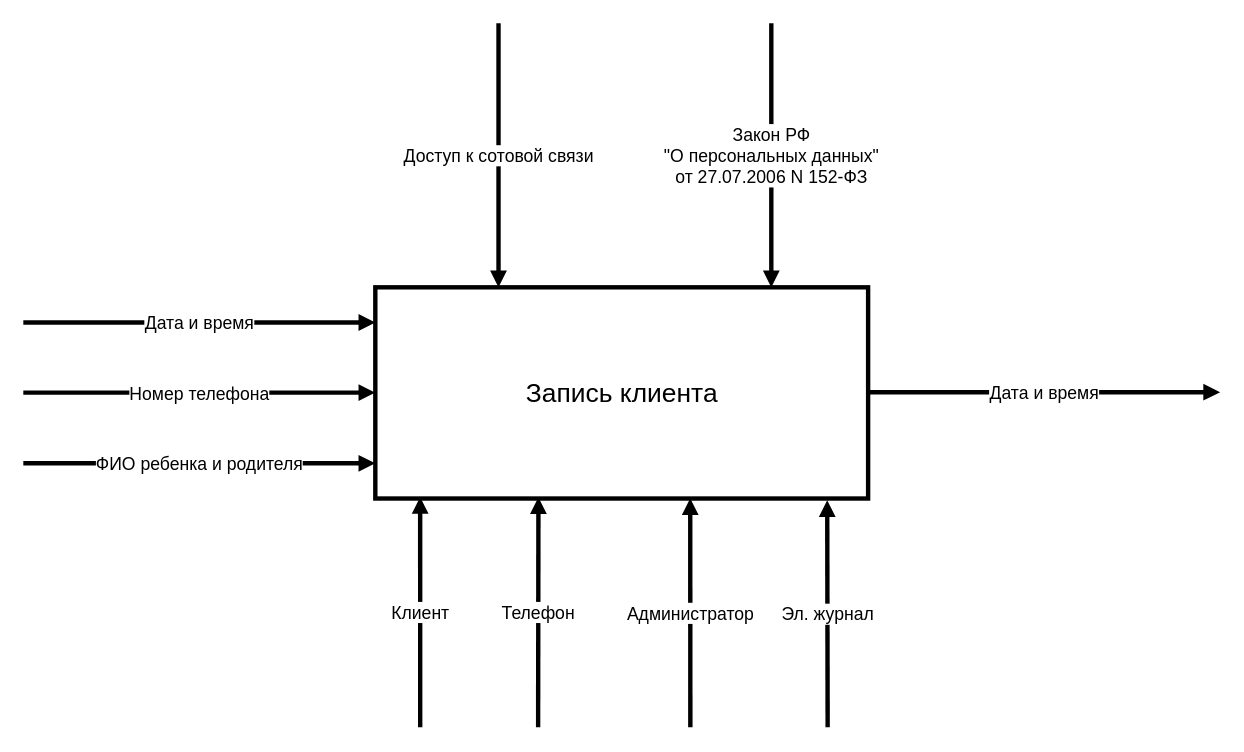
Above: Untitled Diagram.drawio in kirillgladkih/diplom (draw.io), before the change. Source tidied: cells renumbered, new cells numbered last; positions are measured from the earlier drawing's top-left corner, leaving out a move shared by most shapes. Both pictures are drawn from the tidied source at 88%, with x=0, y=0 at pixel (23, 23).
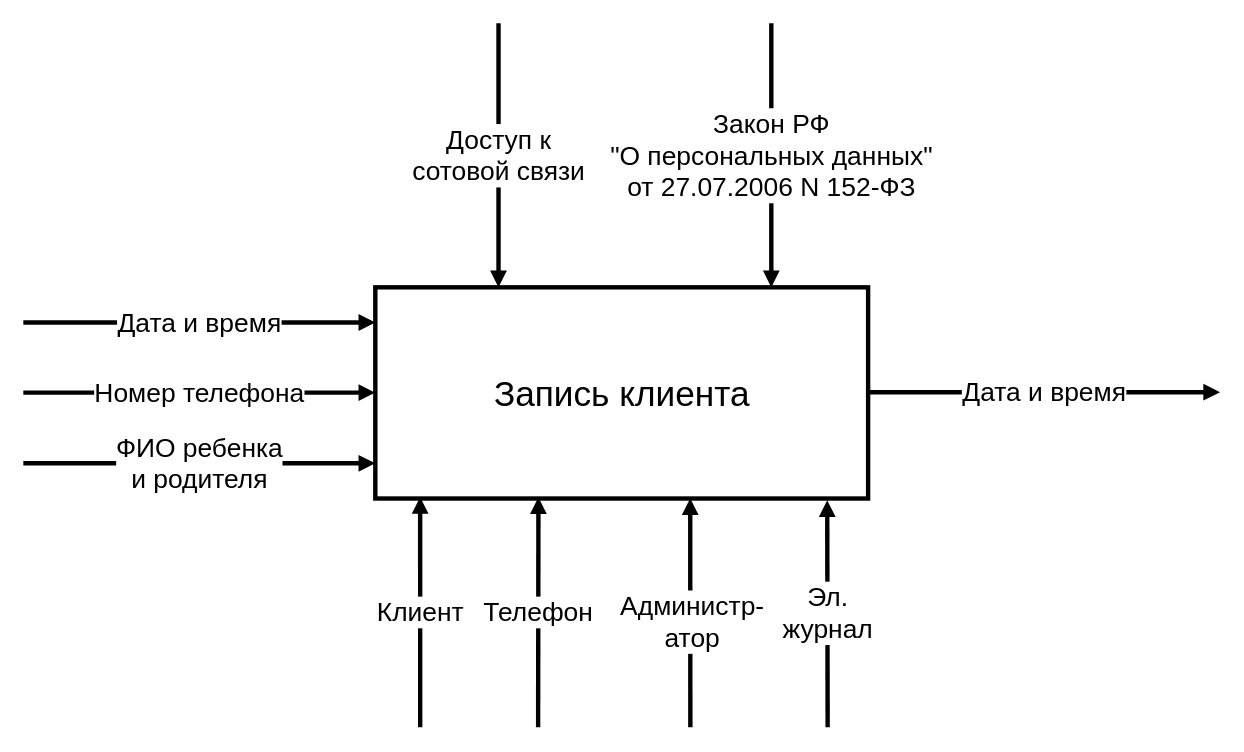
The same page after the edit.

The edit, as a diff of the source:
```diff
@@
-    <mxCell id="2" value="&lt;font style=&quot;font-size: 20px&quot;&gt;&lt;font style=&quot;font-size: 20px&quot;&gt;Доступ к сотовой связи&lt;/font&gt;&lt;br&gt;&lt;/font&gt;" style="endArrow=block;endFill=1;endSize=6;html=1;strokeWidth=5;entryX=0.25;entryY=0;entryDx=0;entryDy=0;" parent="1" edge="1" target="8">
+    <mxCell id="2" value="&lt;div&gt;&lt;font style=&quot;font-size: 30px&quot;&gt;&lt;font style=&quot;font-size: 30px&quot;&gt;Доступ к &lt;br&gt;&lt;/font&gt;&lt;/font&gt;&lt;/div&gt;&lt;div&gt;&lt;font style=&quot;font-size: 30px&quot;&gt;&lt;font style=&quot;font-size: 30px&quot;&gt;сотовой связи&lt;/font&gt;&lt;/font&gt;&lt;/div&gt;" style="endArrow=block;endFill=1;endSize=6;html=1;strokeWidth=5;entryX=0.25;entryY=0;entryDx=0;entryDy=0;fontSize=30;" parent="1" edge="1" target="8">
       <mxGeometry relative="1" as="geometry">
         <mxPoint x="540" as="sourcePoint" />
       </mxGeometry>
     </mxCell>
-    <mxCell id="3" value="&lt;div style=&quot;font-size: 20px&quot;&gt;&lt;font style=&quot;font-size: 20px&quot;&gt;&lt;span&gt;Закон РФ&lt;/span&gt;&lt;/font&gt;&lt;/div&gt;&lt;div style=&quot;font-size: 20px&quot;&gt;&lt;font style=&quot;font-size: 20px&quot;&gt;&lt;span&gt; &quot;О персональных данных&quot;&lt;/span&gt;&lt;/font&gt;&lt;/div&gt;&lt;div style=&quot;font-size: 20px&quot;&gt;&lt;font style=&quot;font-size: 20px&quot;&gt;&lt;span&gt; от 27.07.2006 N 152-ФЗ&lt;/span&gt;&lt;/font&gt;&lt;/div&gt;" style="endArrow=block;endFill=1;endSize=6;html=1;strokeWidth=5;" parent="1" edge="1">
+    <mxCell id="3" value="&lt;div style=&quot;font-size: 30px;&quot;&gt;&lt;font style=&quot;font-size: 30px;&quot;&gt;&lt;span style=&quot;font-size: 30px;&quot;&gt;Закон РФ&lt;/span&gt;&lt;/font&gt;&lt;/div&gt;&lt;div style=&quot;font-size: 30px;&quot;&gt;&lt;font style=&quot;font-size: 30px;&quot;&gt;&lt;span style=&quot;font-size: 30px;&quot;&gt; &quot;О персональных данных&quot;&lt;/span&gt;&lt;/font&gt;&lt;/div&gt;&lt;div style=&quot;font-size: 30px;&quot;&gt;&lt;font style=&quot;font-size: 30px;&quot;&gt;&lt;span style=&quot;font-size: 30px;&quot;&gt; от 27.07.2006 N 152-ФЗ&lt;/span&gt;&lt;/font&gt;&lt;/div&gt;" style="endArrow=block;endFill=1;endSize=6;html=1;strokeWidth=5;fontSize=30;" parent="1" edge="1">
       <mxGeometry relative="1" as="geometry">
         <mxPoint x="850" as="sourcePoint" />
         <mxPoint x="850" y="300" as="targetPoint" />
       </mxGeometry>
     </mxCell>
-    <mxCell id="4" value="&lt;font style=&quot;font-size: 20px&quot;&gt;Клиент&lt;/font&gt;" style="endArrow=block;endFill=1;endSize=6;html=1;strokeWidth=5;entryX=0.091;entryY=0.993;entryDx=0;entryDy=0;entryPerimeter=0;" parent="1" edge="1" target="8">
+    <mxCell id="4" value="&lt;font style=&quot;font-size: 30px;&quot;&gt;Клиент&lt;/font&gt;" style="endArrow=block;endFill=1;endSize=6;html=1;strokeWidth=5;entryX=0.091;entryY=0.993;entryDx=0;entryDy=0;entryPerimeter=0;fontSize=30;" parent="1" edge="1" target="8">
       <mxGeometry relative="1" as="geometry">
         <mxPoint x="451" y="800" as="sourcePoint" />
       </mxGeometry>
     </mxCell>
-    <mxCell id="5" value="&lt;font style=&quot;font-size: 20px&quot;&gt;Администратор&lt;br&gt;&lt;/font&gt;" style="endArrow=block;endFill=1;endSize=6;html=1;strokeWidth=5;entryX=0.639;entryY=0.999;entryDx=0;entryDy=0;entryPerimeter=0;" parent="1" edge="1" target="8">
-      <mxGeometry relative="1" as="geometry">
+    <mxCell id="5" value="&lt;div&gt;&lt;font style=&quot;font-size: 30px&quot;&gt;Администр-&lt;/font&gt;&lt;/div&gt;&lt;div&gt;&lt;font style=&quot;font-size: 30px&quot;&gt;атор&lt;/font&gt;&lt;/div&gt;" style="endArrow=block;endFill=1;endSize=6;html=1;strokeWidth=5;entryX=0.639;entryY=0.999;entryDx=0;entryDy=0;entryPerimeter=0;fontSize=30;" parent="1" edge="1" target="8">
+      <mxGeometry x="-0.08" y="-2" relative="1" as="geometry">
         <mxPoint x="758" y="800" as="sourcePoint" />
       </mxGeometry>
     </mxCell>
-    <mxCell id="6" style="edgeStyle=orthogonalEdgeStyle;rounded=0;orthogonalLoop=1;jettySize=auto;html=1;exitX=0.5;exitY=1;exitDx=0;exitDy=0;targetPerimeterSpacing=0;strokeWidth=5;" parent="1" edge="1">
+    <mxCell id="6" style="edgeStyle=orthogonalEdgeStyle;rounded=0;orthogonalLoop=1;jettySize=auto;html=1;exitX=0.5;exitY=1;exitDx=0;exitDy=0;targetPerimeterSpacing=0;strokeWidth=5;fontSize=30;" parent="1" edge="1">
       <mxGeometry relative="1" as="geometry">
         <mxPoint x="615" y="640" as="sourcePoint" />
         <mxPoint x="615" y="640" as="targetPoint" />
       </mxGeometry>
     </mxCell>
-    <mxCell id="7" value="&lt;font style=&quot;font-size: 20px&quot;&gt;Телефон&lt;/font&gt;" style="endArrow=block;endFill=1;endSize=6;html=1;strokeWidth=5;entryX=0.331;entryY=0.994;entryDx=0;entryDy=0;entryPerimeter=0;" parent="1" edge="1" target="8">
+    <mxCell id="7" value="&lt;font style=&quot;font-size: 30px;&quot;&gt;Телефон&lt;/font&gt;" style="endArrow=block;endFill=1;endSize=6;html=1;strokeWidth=5;entryX=0.331;entryY=0.994;entryDx=0;entryDy=0;entryPerimeter=0;fontSize=30;" parent="1" edge="1" target="8">
       <mxGeometry relative="1" as="geometry">
         <mxPoint x="585" y="800" as="sourcePoint" />
       </mxGeometry>
     </mxCell>
-    <mxCell id="8" value="&lt;font style=&quot;font-size: 30px&quot;&gt;Запись клиента&lt;br&gt;&lt;/font&gt;" style="html=1;strokeWidth=5;" parent="1" vertex="1">
+    <mxCell id="8" value="&lt;font style=&quot;font-size: 40px&quot;&gt;Запись клиента&lt;br&gt;&lt;/font&gt;" style="html=1;strokeWidth=5;fontSize=30;" parent="1" vertex="1">
       <mxGeometry x="400" y="300" width="560" height="240" as="geometry" />
     </mxCell>
-    <mxCell id="9" value="&lt;font style=&quot;font-size: 20px&quot;&gt;Эл. журнал&lt;br&gt;&lt;/font&gt;" style="endArrow=block;endFill=1;endSize=6;html=1;strokeWidth=5;entryX=0.917;entryY=1.008;entryDx=0;entryDy=0;entryPerimeter=0;" parent="1" edge="1" target="8">
-      <mxGeometry relative="1" as="geometry">
+    <mxCell id="9" value="&lt;div&gt;&lt;font style=&quot;font-size: 30px&quot;&gt;Эл. &lt;br&gt;&lt;/font&gt;&lt;/div&gt;&lt;div&gt;&lt;font style=&quot;font-size: 30px&quot;&gt;журнал&lt;/font&gt;&lt;/div&gt;" style="endArrow=block;endFill=1;endSize=6;html=1;strokeWidth=5;entryX=0.917;entryY=1.008;entryDx=0;entryDy=0;entryPerimeter=0;fontSize=30;" parent="1" edge="1" target="8">
+      <mxGeometry x="0.01" relative="1" as="geometry">
         <mxPoint x="914" y="800" as="sourcePoint" />
       </mxGeometry>
     </mxCell>
-    <mxCell id="10" value="&lt;font style=&quot;font-size: 20px&quot;&gt;Дата и время&lt;br&gt;&lt;/font&gt;" style="endArrow=block;endFill=1;endSize=6;html=1;strokeWidth=5;" parent="1" edge="1">
+    <mxCell id="10" value="&lt;font style=&quot;font-size: 30px;&quot;&gt;Дата и время&lt;br style=&quot;font-size: 30px;&quot;&gt;&lt;/font&gt;" style="endArrow=block;endFill=1;endSize=6;html=1;strokeWidth=5;fontSize=30;" parent="1" edge="1">
       <mxGeometry relative="1" as="geometry">
         <mxPoint y="340" as="sourcePoint" />
         <mxPoint x="400" y="340" as="targetPoint" />
       </mxGeometry>
     </mxCell>
-    <mxCell id="11" value="&lt;font style=&quot;font-size: 20px&quot;&gt;Номер телефона&lt;br&gt;&lt;/font&gt;" style="endArrow=block;endFill=1;endSize=6;html=1;strokeWidth=5;" parent="1" edge="1">
+    <mxCell id="11" value="&lt;font style=&quot;font-size: 30px;&quot;&gt;Номер телефона&lt;br style=&quot;font-size: 30px;&quot;&gt;&lt;/font&gt;" style="endArrow=block;endFill=1;endSize=6;html=1;strokeWidth=5;fontSize=30;" parent="1" edge="1">
       <mxGeometry relative="1" as="geometry">
         <mxPoint y="419.7" as="sourcePoint" />
         <mxPoint x="400" y="419.7" as="targetPoint" />
       </mxGeometry>
     </mxCell>
-    <mxCell id="12" value="&lt;font style=&quot;font-size: 20px&quot;&gt;ФИО ребенка и родителя&lt;br&gt;&lt;/font&gt;" style="endArrow=block;endFill=1;endSize=6;html=1;strokeWidth=5;" parent="1" edge="1">
+    <mxCell id="12" value="&lt;div&gt;&lt;font style=&quot;font-size: 30px&quot;&gt;ФИО ребенка &lt;br&gt;&lt;/font&gt;&lt;/div&gt;&lt;div&gt;&lt;font style=&quot;font-size: 30px&quot;&gt;и родителя&lt;/font&gt;&lt;/div&gt;" style="endArrow=block;endFill=1;endSize=6;html=1;strokeWidth=5;fontSize=30;" parent="1" edge="1">
       <mxGeometry relative="1" as="geometry">
         <mxPoint y="500" as="sourcePoint" />
         <mxPoint x="400" y="500" as="targetPoint" />
       </mxGeometry>
     </mxCell>
-    <mxCell id="13" value="&lt;font style=&quot;font-size: 20px&quot;&gt;Дата и время&lt;br&gt;&lt;/font&gt;" style="endArrow=block;endFill=1;endSize=6;html=1;strokeWidth=5;" parent="1" edge="1">
+    <mxCell id="13" value="&lt;font style=&quot;font-size: 30px;&quot;&gt;Дата и время&lt;br style=&quot;font-size: 30px;&quot;&gt;&lt;/font&gt;" style="endArrow=block;endFill=1;endSize=6;html=1;strokeWidth=5;fontSize=30;" parent="1" edge="1">
       <mxGeometry relative="1" as="geometry">
         <mxPoint x="960" y="419.2" as="sourcePoint" />
         <mxPoint x="1360" y="419.2" as="targetPoint" />
       </mxGeometry>
     </mxCell>
```
